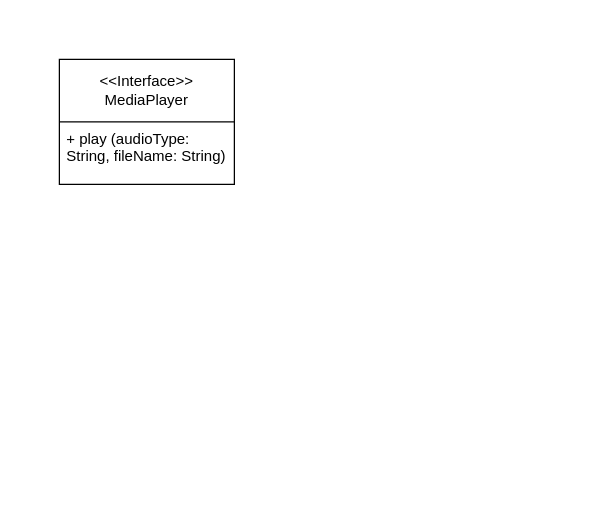
Before: APOO(Análise de projetos orientados a objetos/mediaPlayer/MediaPlayer.drawio in Krittz/IFTM-ADS, a draw.io diagram. Source tidied: cells renumbered, new cells numbered last; positions are measured from the earlier drawing's top-left corner, leaving out a move shared by most shapes. Both pictures are drawn from the tidied source at 125%, with x=0, y=0 at pixel (59, 59).
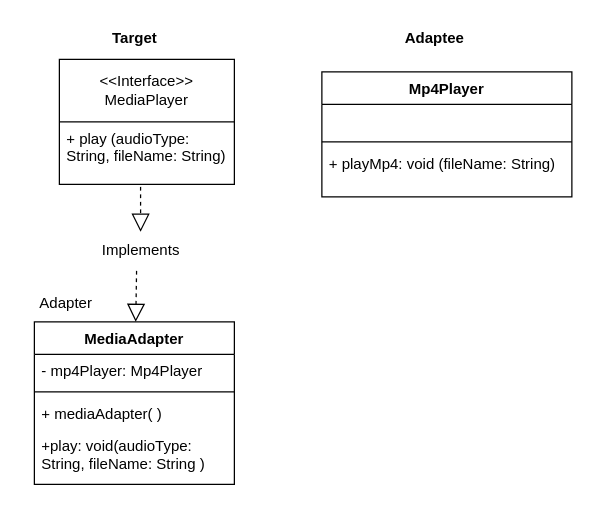
The same diagram, later.

Diff of the diagram source:
```diff
@@
 <mxGraphModel>
   <root>
     <mxCell id="0" />
     <mxCell id="1" parent="0" />
     <mxCell id="2" value="&amp;lt;&amp;lt;Interface&amp;gt;&amp;gt;&lt;br&gt;MediaPlayer" style="swimlane;fontStyle=0;horizontal=1;startSize=50;fillColor=none;whiteSpace=wrap;html=1;" parent="1" vertex="1">
       <mxGeometry width="140" height="100" as="geometry" />
     </mxCell>
     <mxCell id="3" value="+ play (audioType: String, fileName: String)" style="text;strokeColor=none;fillColor=none;align=left;verticalAlign=top;spacingLeft=4;spacingRight=4;overflow=hidden;points=[[0,0.5],[1,0.5]];portConstraint=eastwest;whiteSpace=wrap;html=1;" parent="2" vertex="1">
       <mxGeometry y="50" width="140" height="50" as="geometry" />
     </mxCell>
+    <mxCell id="4" value="Target" style="text;align=center;fontStyle=1;verticalAlign=middle;spacingLeft=3;spacingRight=3;strokeColor=none;html=1;" parent="1" vertex="1">
+      <mxGeometry x="20" y="-30" width="80" height="26" as="geometry" />
+    </mxCell>
+    <mxCell id="5" value="Mp4Player" style="swimlane;fontStyle=1;align=center;verticalAlign=top;horizontal=1;startSize=26;whiteSpace=wrap;html=1;" parent="1" vertex="1">
+      <mxGeometry x="210" y="10" width="200" height="100" as="geometry" />
+    </mxCell>
+    <mxCell id="6" value="&lt;br&gt;" style="text;strokeColor=none;fillColor=none;align=left;verticalAlign=top;spacingLeft=4;spacingRight=4;overflow=hidden;whiteSpace=wrap;html=1;" parent="5" vertex="1">
+      <mxGeometry y="26" width="200" height="26" as="geometry" />
+    </mxCell>
+    <mxCell id="7" style="line;strokeWidth=1;fillColor=none;align=left;verticalAlign=middle;spacingTop=-1;spacingLeft=3;spacingRight=3;labelPosition=right;strokeColor=inherit;" parent="5" vertex="1">
+      <mxGeometry y="52" width="200" height="8" as="geometry" />
+    </mxCell>
+    <mxCell id="8" value="+ playMp4: void (fileName: String)&lt;br&gt;" style="text;strokeColor=none;fillColor=none;align=left;verticalAlign=top;spacingLeft=4;spacingRight=4;overflow=hidden;whiteSpace=wrap;html=1;" parent="5" vertex="1">
+      <mxGeometry y="60" width="200" height="40" as="geometry" />
+    </mxCell>
+    <mxCell id="9" value="Adaptee" style="text;align=center;fontStyle=1;verticalAlign=middle;spacingLeft=3;spacingRight=3;strokeColor=none;html=1;" parent="1" vertex="1">
+      <mxGeometry x="260" y="-30" width="80" height="26" as="geometry" />
+    </mxCell>
+    <mxCell id="10" value="MediaAdapter " style="swimlane;fontStyle=1;align=center;verticalAlign=top;horizontal=1;startSize=26;whiteSpace=wrap;html=1;" parent="1" vertex="1">
+      <mxGeometry x="-20" y="210" width="160" height="130" as="geometry" />
+    </mxCell>
+    <mxCell id="11" value="- mp4Player: Mp4Player" style="text;strokeColor=none;fillColor=none;align=left;verticalAlign=top;spacingLeft=4;spacingRight=4;overflow=hidden;whiteSpace=wrap;html=1;" parent="10" vertex="1">
+      <mxGeometry y="26" width="160" height="26" as="geometry" />
+    </mxCell>
+    <mxCell id="12" style="line;strokeWidth=1;fillColor=none;align=left;verticalAlign=middle;spacingTop=-1;spacingLeft=3;spacingRight=3;labelPosition=right;strokeColor=inherit;" parent="10" vertex="1">
+      <mxGeometry y="52" width="160" height="8" as="geometry" />
+    </mxCell>
+    <mxCell id="13" value="+ mediaAdapter( )" style="text;strokeColor=none;fillColor=none;align=left;verticalAlign=top;spacingLeft=4;spacingRight=4;overflow=hidden;whiteSpace=wrap;html=1;" parent="10" vertex="1">
+      <mxGeometry y="60" width="160" height="26" as="geometry" />
+    </mxCell>
+    <mxCell id="14" value="+play: void(audioType: String, fileName: String )" style="text;strokeColor=none;fillColor=none;align=left;verticalAlign=top;spacingLeft=4;spacingRight=4;overflow=hidden;whiteSpace=wrap;html=1;" parent="10" vertex="1">
+      <mxGeometry y="86" width="160" height="44" as="geometry" />
+    </mxCell>
+    <mxCell id="15" style="endArrow=block;dashed=1;endFill=0;endSize=12;html=1;rounded=0;exitX=0.464;exitY=1.04;exitDx=0;exitDy=0;exitPerimeter=0;" parent="1" edge="1" source="17" target="10">
+      <mxGeometry relative="1" as="geometry" />
+    </mxCell>
+    <mxCell id="16" style="endArrow=block;dashed=1;endFill=0;endSize=12;html=1;rounded=0;exitX=0.464;exitY=1.04;exitDx=0;exitDy=0;exitPerimeter=0;" parent="1" edge="1" source="3" target="17">
+      <mxGeometry relative="1" as="geometry" />
+    </mxCell>
+    <mxCell id="17" value="Implements" style="text;html=1;align=center;verticalAlign=middle;points=[];strokeColor=none;fillColor=none;" parent="1" vertex="1">
+      <mxGeometry x="20" y="138" width="90" height="30" as="geometry" />
+    </mxCell>
+    <mxCell id="18" value="Adapter" style="text;html=1;align=center;verticalAlign=middle;strokeColor=none;fillColor=none;" parent="1" vertex="1">
+      <mxGeometry x="-30" y="180" width="70" height="30" as="geometry" />
+    </mxCell>
   </root>
 </mxGraphModel>
```
